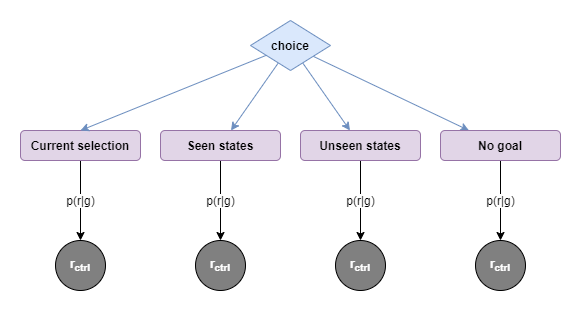
Above: files/Autonomous-monitoring-and-control-goal-selection.png in malcolmlett/malcolmlett.github.io (draw.io), before the change. Source tidied: cells renumbered, new cells last; positions are measured from the earlier drawing's top-left corner, leaving out a move shared by most shapes. Its diagram source:
```xml
<mxGraphModel>
  <root>
    <mxCell id="0" />
    <mxCell id="1" parent="0" />
    <mxCell id="2" style="edgeStyle=none;rounded=0;jettySize=auto;html=1;fontSize=12;fillColor=#dae8fc;strokeColor=#6c8ebf;" parent="1" edge="1" source="5" target="7">
      <mxGeometry relative="1" as="geometry" />
    </mxCell>
    <mxCell id="3" style="edgeStyle=none;rounded=0;jettySize=auto;html=1;fontSize=12;fillColor=#dae8fc;strokeColor=#6c8ebf;" parent="1" edge="1" source="5" target="9">
      <mxGeometry relative="1" as="geometry" />
    </mxCell>
    <mxCell id="4" style="edgeStyle=none;rounded=0;jettySize=auto;html=1;fontSize=12;fillColor=#dae8fc;strokeColor=#6c8ebf;" parent="1" edge="1" source="5" target="11">
      <mxGeometry relative="1" as="geometry" />
    </mxCell>
    <mxCell id="5" value="choice" style="rhombus;whiteSpace=wrap;html=1;fillColor=#dae8fc;fontSize=12;align=center;fontStyle=1;strokeColor=#6c8ebf;" parent="1" vertex="1">
      <mxGeometry x="230" width="80" height="50" as="geometry" />
    </mxCell>
    <mxCell id="6" value="p(r|g)" style="edgeStyle=none;rounded=0;jettySize=auto;html=1;fontSize=12;" parent="1" edge="1" source="7" target="16">
      <mxGeometry relative="1" as="geometry" />
    </mxCell>
    <mxCell id="7" value="Seen states" style="rounded=1;whiteSpace=wrap;html=1;fillColor=#e1d5e7;fontSize=12;align=center;fontStyle=1;strokeColor=#9673a6;" parent="1" vertex="1">
      <mxGeometry x="140" y="110" width="120" height="30" as="geometry" />
    </mxCell>
    <mxCell id="8" value="p(r|g)" style="edgeStyle=none;rounded=0;jettySize=auto;html=1;fontSize=12;" parent="1" edge="1" source="9" target="17">
      <mxGeometry relative="1" as="geometry" />
    </mxCell>
    <mxCell id="9" value="Unseen states" style="rounded=1;whiteSpace=wrap;html=1;fillColor=#e1d5e7;fontSize=12;align=center;fontStyle=1;strokeColor=#9673a6;" parent="1" vertex="1">
      <mxGeometry x="280" y="110" width="120" height="30" as="geometry" />
    </mxCell>
    <mxCell id="10" value="p(r|g)" style="edgeStyle=none;rounded=0;jettySize=auto;html=1;fontSize=12;" parent="1" edge="1" source="11" target="18">
      <mxGeometry relative="1" as="geometry" />
    </mxCell>
    <mxCell id="11" value="No goal" style="rounded=1;whiteSpace=wrap;html=1;fillColor=#e1d5e7;fontSize=12;align=center;fontStyle=1;strokeColor=#9673a6;" parent="1" vertex="1">
      <mxGeometry x="420" y="110" width="120" height="30" as="geometry" />
    </mxCell>
    <mxCell id="12" value="p(r|g)" style="edgeStyle=none;rounded=0;jettySize=auto;html=1;fontSize=12;" parent="1" edge="1" source="13" target="15">
      <mxGeometry relative="1" as="geometry" />
    </mxCell>
    <mxCell id="13" value="Current selection" style="rounded=1;whiteSpace=wrap;html=1;fillColor=#e1d5e7;fontSize=12;align=center;fontStyle=1;strokeColor=#9673a6;" parent="1" vertex="1">
      <mxGeometry y="110" width="120" height="30" as="geometry" />
    </mxCell>
    <mxCell id="14" style="edgeStyle=none;rounded=0;jettySize=auto;html=1;fontSize=12;entryX=0.5;entryY=0;entryDx=0;entryDy=0;fillColor=#dae8fc;strokeColor=#6c8ebf;" parent="1" edge="1" source="5" target="13">
      <mxGeometry relative="1" as="geometry" />
    </mxCell>
    <mxCell id="15" value="r&lt;sub&gt;ctrl&lt;/sub&gt;" style="ellipse;whiteSpace=wrap;html=1;fontStyle=1;fontSize=12;fillColor=#808080;fontColor=#FFFFFF;" parent="1" vertex="1">
      <mxGeometry x="35" y="220" width="50" height="50" as="geometry" />
    </mxCell>
    <mxCell id="16" value="r&lt;sub&gt;ctrl&lt;/sub&gt;" style="ellipse;whiteSpace=wrap;html=1;fontStyle=1;fontSize=12;fillColor=#808080;fontColor=#FFFFFF;" parent="1" vertex="1">
      <mxGeometry x="175" y="220" width="50" height="50" as="geometry" />
    </mxCell>
    <mxCell id="17" value="r&lt;sub&gt;ctrl&lt;/sub&gt;" style="ellipse;whiteSpace=wrap;html=1;fontStyle=1;fontSize=12;fillColor=#808080;fontColor=#FFFFFF;" parent="1" vertex="1">
      <mxGeometry x="315" y="220" width="50" height="50" as="geometry" />
    </mxCell>
    <mxCell id="18" value="r&lt;sub&gt;ctrl&lt;/sub&gt;" style="ellipse;whiteSpace=wrap;html=1;fontStyle=1;fontSize=12;fillColor=#808080;fontColor=#FFFFFF;" parent="1" vertex="1">
      <mxGeometry x="455" y="220" width="50" height="50" as="geometry" />
    </mxCell>
  </root>
</mxGraphModel>
```
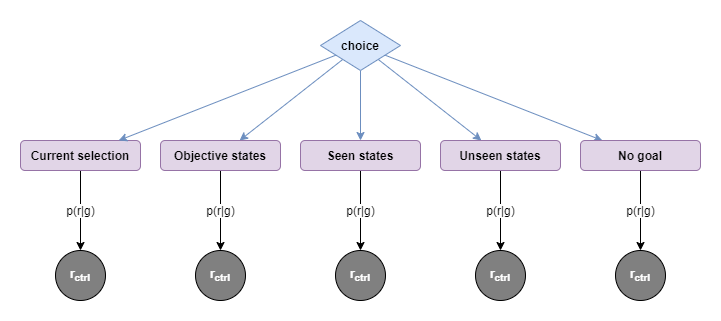
After the commit.

Commit message:
Adding controller objective

The edit, as a diff of the source:
```diff
@@ -11,8 +11,11 @@
     <mxCell id="4" style="edgeStyle=none;rounded=0;jettySize=auto;html=1;fontSize=12;fillColor=#dae8fc;strokeColor=#6c8ebf;" parent="1" edge="1" source="5" target="11">
       <mxGeometry relative="1" as="geometry" />
     </mxCell>
+    <mxCell id="19" style="edgeStyle=none;rounded=0;jettySize=auto;html=1;fontSize=12;strokeColor=#6c8ebf;fillColor=#dae8fc;" parent="1" edge="1" source="5" target="21">
+      <mxGeometry relative="1" as="geometry" />
+    </mxCell>
     <mxCell id="5" value="choice" style="rhombus;whiteSpace=wrap;html=1;fillColor=#dae8fc;fontSize=12;align=center;fontStyle=1;strokeColor=#6c8ebf;" parent="1" vertex="1">
-      <mxGeometry x="230" width="80" height="50" as="geometry" />
+      <mxGeometry x="160" y="-10" width="80" height="50" as="geometry" />
     </mxCell>
     <mxCell id="6" value="p(r|g)" style="edgeStyle=none;rounded=0;jettySize=auto;html=1;fontSize=12;" parent="1" edge="1" source="7" target="16">
       <mxGeometry relative="1" as="geometry" />
@@ -36,13 +39,13 @@
       <mxGeometry relative="1" as="geometry" />
     </mxCell>
     <mxCell id="13" value="Current selection" style="rounded=1;whiteSpace=wrap;html=1;fillColor=#e1d5e7;fontSize=12;align=center;fontStyle=1;strokeColor=#9673a6;" parent="1" vertex="1">
-      <mxGeometry y="110" width="120" height="30" as="geometry" />
+      <mxGeometry x="-140" y="110" width="120" height="30" as="geometry" />
     </mxCell>
-    <mxCell id="14" style="edgeStyle=none;rounded=0;jettySize=auto;html=1;fontSize=12;entryX=0.5;entryY=0;entryDx=0;entryDy=0;fillColor=#dae8fc;strokeColor=#6c8ebf;" parent="1" edge="1" source="5" target="13">
+    <mxCell id="14" style="edgeStyle=none;rounded=0;jettySize=auto;html=1;fontSize=12;fillColor=#dae8fc;strokeColor=#6c8ebf;" parent="1" edge="1" source="5" target="13">
       <mxGeometry relative="1" as="geometry" />
     </mxCell>
     <mxCell id="15" value="r&lt;sub&gt;ctrl&lt;/sub&gt;" style="ellipse;whiteSpace=wrap;html=1;fontStyle=1;fontSize=12;fillColor=#808080;fontColor=#FFFFFF;" parent="1" vertex="1">
-      <mxGeometry x="35" y="220" width="50" height="50" as="geometry" />
+      <mxGeometry x="-105" y="220" width="50" height="50" as="geometry" />
     </mxCell>
     <mxCell id="16" value="r&lt;sub&gt;ctrl&lt;/sub&gt;" style="ellipse;whiteSpace=wrap;html=1;fontStyle=1;fontSize=12;fillColor=#808080;fontColor=#FFFFFF;" parent="1" vertex="1">
       <mxGeometry x="175" y="220" width="50" height="50" as="geometry" />
@@ -53,5 +56,14 @@
     <mxCell id="18" value="r&lt;sub&gt;ctrl&lt;/sub&gt;" style="ellipse;whiteSpace=wrap;html=1;fontStyle=1;fontSize=12;fillColor=#808080;fontColor=#FFFFFF;" parent="1" vertex="1">
       <mxGeometry x="455" y="220" width="50" height="50" as="geometry" />
     </mxCell>
+    <mxCell id="20" value="p(r|g)" style="edgeStyle=none;rounded=0;jettySize=auto;html=1;fontSize=12;" parent="1" edge="1" source="21" target="22">
+      <mxGeometry relative="1" as="geometry" />
+    </mxCell>
+    <mxCell id="21" value="Objective states" style="rounded=1;whiteSpace=wrap;html=1;fillColor=#e1d5e7;fontSize=12;align=center;fontStyle=1;strokeColor=#9673a6;" parent="1" vertex="1">
+      <mxGeometry y="110" width="120" height="30" as="geometry" />
+    </mxCell>
+    <mxCell id="22" value="r&lt;sub&gt;ctrl&lt;/sub&gt;" style="ellipse;whiteSpace=wrap;html=1;fontStyle=1;fontSize=12;fillColor=#808080;fontColor=#FFFFFF;" parent="1" vertex="1">
+      <mxGeometry x="35" y="220" width="50" height="50" as="geometry" />
+    </mxCell>
   </root>
 </mxGraphModel>
```
